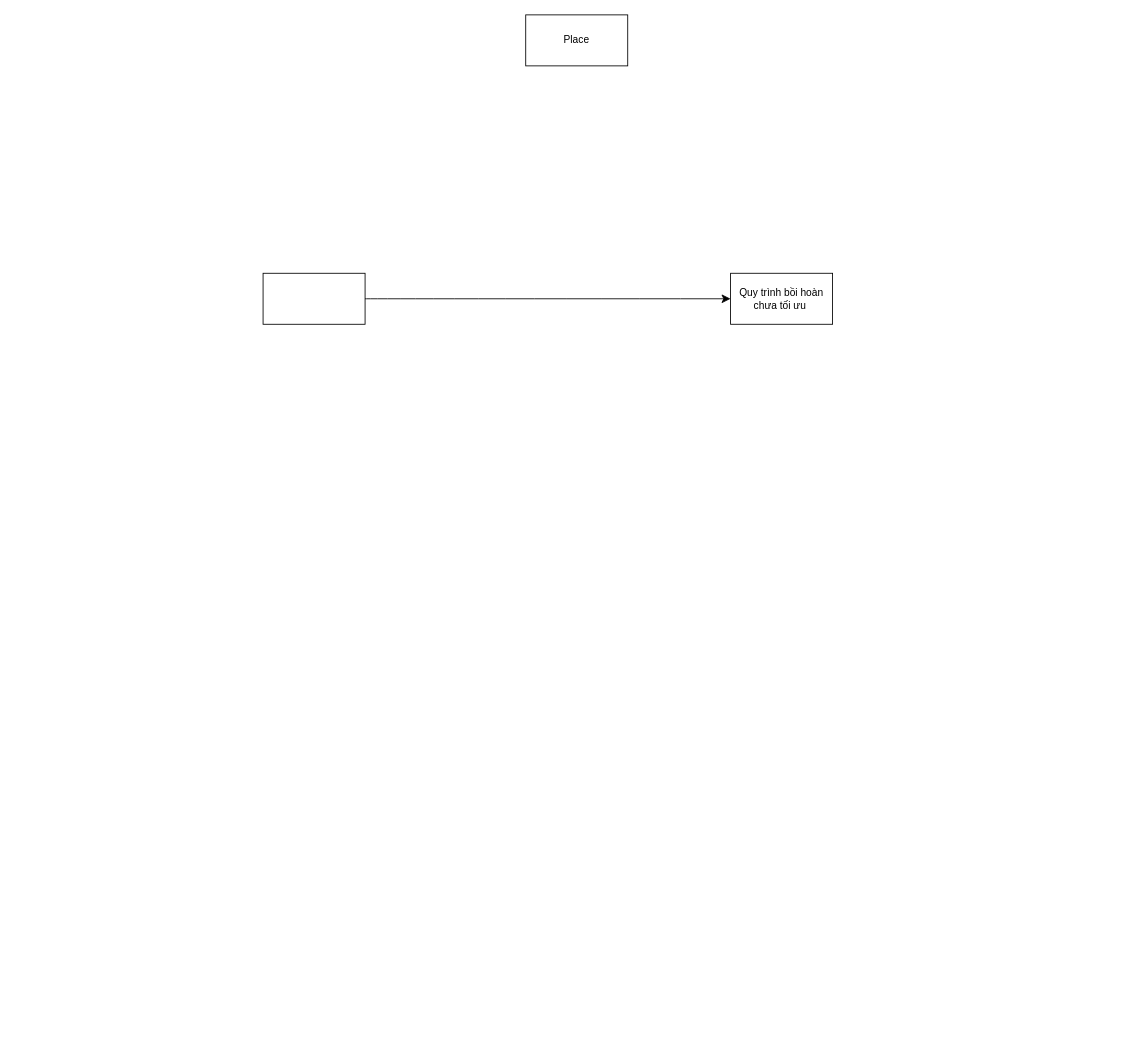
Above: Untitled Diagram.drawio in DatOneGuyL/Extra-Exercises (draw.io), before the change. Source tidied: cells renumbered, new cells numbered last; positions are measured from the earlier drawing's top-left corner, leaving out a move shared by most shapes. Both pictures are drawn from the tidied source at 85%, with x=0, y=0 at pixel (263, 14).
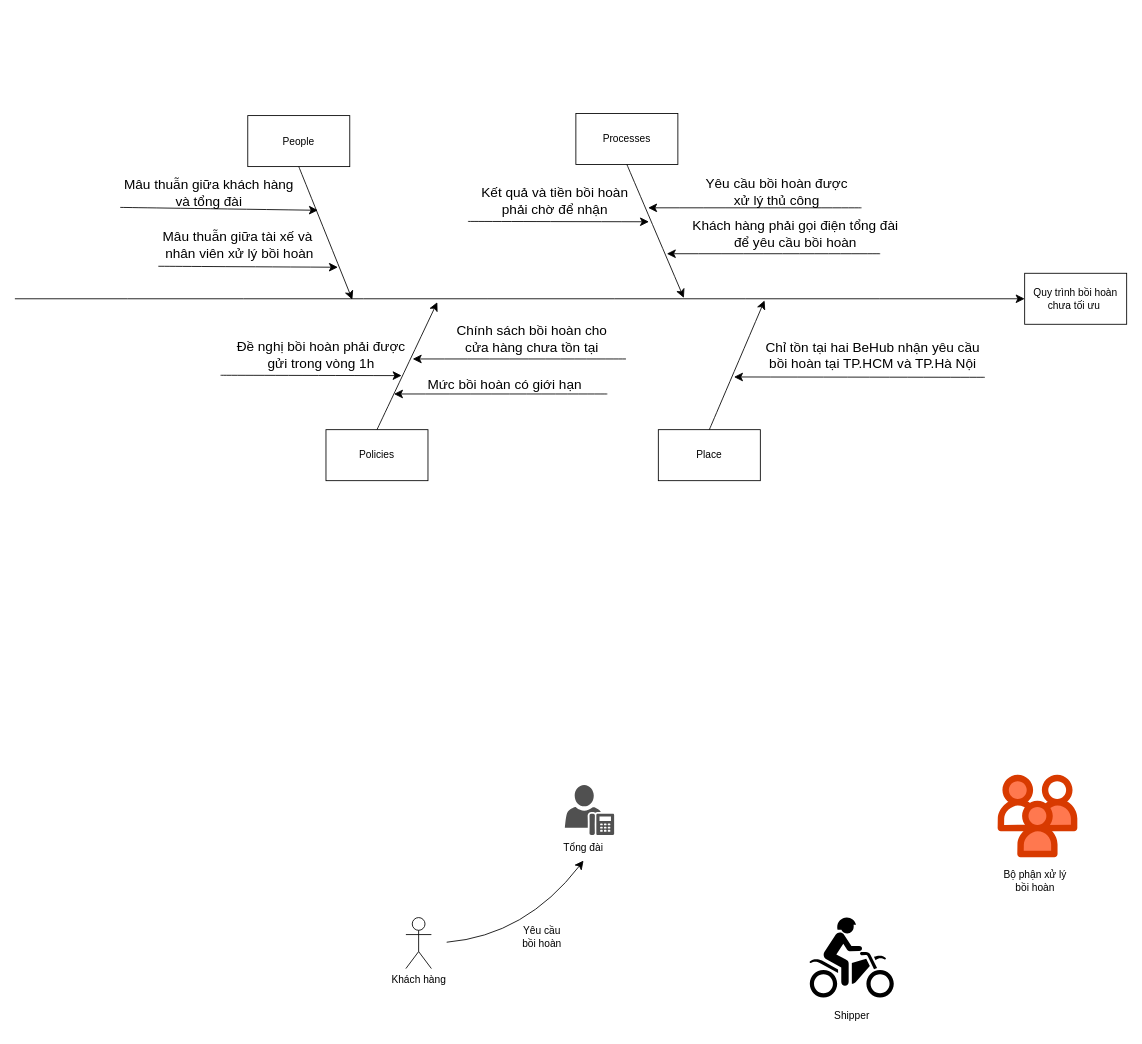
The same diagram, later.

Diff of the diagram source:
```diff
@@
     <mxCell id="2" value="Quy trình bồi hoàn chưa tối ưu&amp;nbsp;" style="rounded=0;whiteSpace=wrap;html=1;" parent="1" vertex="1">
-      <mxGeometry x="550" y="304" width="120" height="60" as="geometry" />
+      <mxGeometry x="896" y="304" width="120" height="60" as="geometry" />
     </mxCell>
-    <mxCell id="3" style="rounded=0;whiteSpace=wrap;html=1;" parent="1" vertex="1">
-      <mxGeometry y="304" width="120" height="60" as="geometry" />
-    </mxCell>
-    <mxCell id="4" style="endArrow=classic;html=1;rounded=0;fontSize=12;startSize=8;endSize=8;curved=1;exitX=1;exitY=0.5;exitDx=0;exitDy=0;" parent="1" edge="1" source="3" target="2">
-      <mxGeometry relative="1" as="geometry" />
+    <mxCell id="4" style="endArrow=classic;html=1;rounded=0;fontSize=12;startSize=8;endSize=8;curved=1;exitX=1;exitY=0.5;exitDx=0;exitDy=0;" parent="1" edge="1" target="2">
+      <mxGeometry relative="1" as="geometry">
+        <mxPoint x="-292" y="334" as="sourcePoint" />
+        <Array as="points">
+          <mxPoint x="229" y="334" />
+        </Array>
+      </mxGeometry>
     </mxCell>
     <mxCell id="5" value="Place" style="rounded=0;whiteSpace=wrap;html=1;" parent="1" vertex="1">
-      <mxGeometry x="309" width="120" height="60" as="geometry" />
+      <mxGeometry x="465" y="488" width="120" height="60" as="geometry" />
     </mxCell>
+    <mxCell id="6" value="People" style="rounded=0;whiteSpace=wrap;html=1;" parent="1" vertex="1">
+      <mxGeometry x="-18" y="118.5" width="120" height="60" as="geometry" />
+    </mxCell>
+    <mxCell id="7" value="Processes" style="rounded=0;whiteSpace=wrap;html=1;" parent="1" vertex="1">
+      <mxGeometry x="368" y="116" width="120" height="60" as="geometry" />
+    </mxCell>
+    <mxCell id="8" value="Policies" style="rounded=0;whiteSpace=wrap;html=1;" parent="1" vertex="1">
+      <mxGeometry x="74" y="488" width="120" height="60" as="geometry" />
+    </mxCell>
+    <mxCell id="9" style="endArrow=classic;html=1;rounded=0;fontSize=12;startSize=8;endSize=8;curved=1;exitX=0.5;exitY=1;exitDx=0;exitDy=0;" parent="1" edge="1" source="7">
+      <mxGeometry relative="1" as="geometry">
+        <mxPoint x="495" y="333" as="targetPoint" />
+      </mxGeometry>
+    </mxCell>
+    <mxCell id="10" style="endArrow=classic;html=1;rounded=0;fontSize=12;startSize=8;endSize=8;curved=1;" parent="1" edge="1">
+      <mxGeometry relative="1" as="geometry">
+        <mxPoint x="704" y="227" as="sourcePoint" />
+        <mxPoint x="453" y="227" as="targetPoint" />
+      </mxGeometry>
+    </mxCell>
+    <mxCell id="11" value="Yêu cầu bồi hoàn được&lt;br&gt;xử lý thủ công" style="text;html=1;align=center;verticalAlign=middle;strokeColor=none;fillColor=none;fontSize=16;" parent="1" vertex="1">
+      <mxGeometry x="511" y="183" width="185" height="50" as="geometry" />
+    </mxCell>
+    <mxCell id="12" value="Mâu thuẫn giữa khách hàng &lt;br&gt;và tổng đài" style="text;html=1;align=center;verticalAlign=middle;strokeColor=none;fillColor=none;fontSize=16;" parent="1" vertex="1">
+      <mxGeometry x="-173" y="183.5" width="217" height="50" as="geometry" />
+    </mxCell>
+    <mxCell id="13" style="endArrow=classic;html=1;rounded=0;fontSize=12;startSize=8;endSize=8;curved=1;" parent="1" edge="1">
+      <mxGeometry relative="1" as="geometry">
+        <mxPoint x="726" y="281" as="sourcePoint" />
+        <mxPoint x="475" y="281" as="targetPoint" />
+      </mxGeometry>
+    </mxCell>
+    <mxCell id="14" style="endArrow=classic;html=1;rounded=0;fontSize=12;startSize=8;endSize=8;curved=1;exitX=0.5;exitY=0;exitDx=0;exitDy=0;" parent="1" edge="1" source="5">
+      <mxGeometry relative="1" as="geometry">
+        <mxPoint x="590" y="336" as="targetPoint" />
+      </mxGeometry>
+    </mxCell>
+    <mxCell id="15" style="endArrow=classic;html=1;rounded=0;fontSize=12;startSize=8;endSize=8;curved=1;exitX=0.989;exitY=0.734;exitDx=0;exitDy=0;exitPerimeter=0;" parent="1" edge="1" source="16">
+      <mxGeometry relative="1" as="geometry">
+        <mxPoint x="554" y="426" as="targetPoint" />
+      </mxGeometry>
+    </mxCell>
+    <mxCell id="16" value="Chỉ tồn tại hai BeHub nhận yêu cầu&lt;br&gt;bồi hoàn tại TP.HCM và TP.Hà Nội&lt;div&gt;&lt;br&gt;&lt;/div&gt;" style="text;html=1;align=center;verticalAlign=middle;points=[];strokeColor=none;fillColor=none;fontSize=16;" parent="1" vertex="1">
+      <mxGeometry x="582" y="375" width="270" height="70" as="geometry" />
+    </mxCell>
+    <mxCell id="17" style="endArrow=classic;html=1;rounded=0;fontSize=12;startSize=8;endSize=8;curved=1;" parent="1" edge="1">
+      <mxGeometry relative="1" as="geometry">
+        <mxPoint x="241" y="243" as="sourcePoint" />
+        <mxPoint x="454" y="243.4" as="targetPoint" />
+      </mxGeometry>
+    </mxCell>
+    <mxCell id="18" value="Chính sách bồi hoàn cho&lt;br&gt;cửa hàng chưa tồn tại" style="text;html=1;align=center;verticalAlign=middle;strokeColor=none;fillColor=none;fontSize=16;" parent="1" vertex="1">
+      <mxGeometry x="218" y="356" width="195" height="50" as="geometry" />
+    </mxCell>
+    <mxCell id="19" style="endArrow=classic;html=1;rounded=0;fontSize=12;startSize=8;endSize=8;curved=1;exitX=0.5;exitY=0;exitDx=0;exitDy=0;" parent="1" edge="1" source="8">
+      <mxGeometry relative="1" as="geometry">
+        <mxPoint x="205" y="338" as="targetPoint" />
+      </mxGeometry>
+    </mxCell>
+    <mxCell id="20" style="endArrow=classic;html=1;rounded=0;fontSize=12;startSize=8;endSize=8;curved=1;" parent="1" edge="1">
+      <mxGeometry relative="1" as="geometry">
+        <mxPoint x="427" y="404.8" as="sourcePoint" />
+        <mxPoint x="176" y="404.8" as="targetPoint" />
+      </mxGeometry>
+    </mxCell>
+    <mxCell id="21" style="endArrow=classic;html=1;rounded=0;fontSize=12;startSize=8;endSize=8;curved=1;" parent="1" edge="1">
+      <mxGeometry relative="1" as="geometry">
+        <mxPoint x="405" y="446" as="sourcePoint" />
+        <mxPoint x="154" y="446" as="targetPoint" />
+      </mxGeometry>
+    </mxCell>
+    <mxCell id="22" value="Mức bồi hoàn có giới hạn" style="text;html=1;align=center;verticalAlign=middle;strokeColor=none;fillColor=none;fontSize=16;" parent="1" vertex="1">
+      <mxGeometry x="184" y="419" width="199" height="31" as="geometry" />
+    </mxCell>
+    <mxCell id="23" value="Kết quả và tiền bồi hoàn &lt;br&gt;phải&amp;nbsp;chờ để nhận" style="text;html=1;align=center;verticalAlign=middle;strokeColor=none;fillColor=none;fontSize=16;" parent="1" vertex="1">
+      <mxGeometry x="247" y="194" width="191" height="50" as="geometry" />
+    </mxCell>
+    <mxCell id="24" value="Đề nghị bồi hoàn phải được&lt;br&gt;gửi trong vòng 1h" style="text;html=1;align=center;verticalAlign=middle;strokeColor=none;fillColor=none;fontSize=16;" parent="1" vertex="1">
+      <mxGeometry x="-40" y="375" width="216" height="50" as="geometry" />
+    </mxCell>
+    <mxCell id="25" style="endArrow=classic;html=1;rounded=0;fontSize=12;startSize=8;endSize=8;curved=1;" parent="1" edge="1">
+      <mxGeometry relative="1" as="geometry">
+        <mxPoint x="-50" y="424" as="sourcePoint" />
+        <mxPoint x="163" y="424.4" as="targetPoint" />
+      </mxGeometry>
+    </mxCell>
+    <mxCell id="26" value="Khách hàng phải gọi điện tổng đài&lt;br&gt;để yêu cầu bồi hoàn" style="text;html=1;align=center;verticalAlign=middle;strokeColor=none;fillColor=none;fontSize=16;" parent="1" vertex="1">
+      <mxGeometry x="496" y="233" width="260" height="50" as="geometry" />
+    </mxCell>
+    <mxCell id="27" style="endArrow=classic;html=1;rounded=0;fontSize=12;startSize=8;endSize=8;curved=1;exitX=0.5;exitY=1;exitDx=0;exitDy=0;" parent="1" edge="1" source="6">
+      <mxGeometry relative="1" as="geometry">
+        <mxPoint x="105" y="335" as="targetPoint" />
+      </mxGeometry>
+    </mxCell>
+    <mxCell id="28" style="endArrow=classic;html=1;rounded=0;fontSize=12;startSize=8;endSize=8;curved=1;" parent="1" edge="1">
+      <mxGeometry relative="1" as="geometry">
+        <mxPoint x="-168" y="226.5" as="sourcePoint" />
+        <mxPoint x="64.5" y="229.9" as="targetPoint" />
+      </mxGeometry>
+    </mxCell>
+    <mxCell id="29" style="endArrow=classic;html=1;rounded=0;fontSize=12;startSize=8;endSize=8;curved=1;exitX=0.024;exitY=1.025;exitDx=0;exitDy=0;exitPerimeter=0;" parent="1" edge="1" source="30">
+      <mxGeometry relative="1" as="geometry">
+        <mxPoint x="88" y="296.9" as="targetPoint" />
+      </mxGeometry>
+    </mxCell>
+    <mxCell id="30" value="Mâu thuẫn giữa tài xế và&amp;nbsp;&lt;br&gt;nhân viên xử lý bồi hoàn" style="text;html=1;align=center;verticalAlign=middle;points=[];strokeColor=none;fillColor=none;fontSize=16;" parent="1" vertex="1">
+      <mxGeometry x="-128" y="244.5" width="199" height="50" as="geometry" />
+    </mxCell>
+    <mxCell id="31" value="Khách hàng" style="shape=umlActor;verticalLabelPosition=bottom;verticalAlign=top;html=1;" parent="1" vertex="1">
+      <mxGeometry x="168" y="1062" width="30" height="60" as="geometry" />
+    </mxCell>
+    <mxCell id="32" style="sketch=0;shadow=0;dashed=0;html=1;strokeColor=none;fillColor=#505050;labelPosition=center;verticalLabelPosition=bottom;verticalAlign=top;align=center;shape=mxgraph.office.users.um_enabled_user;" parent="1" vertex="1">
+      <mxGeometry x="355" y="906" width="58" height="59" as="geometry" />
+    </mxCell>
+    <mxCell id="33" value="Tổng đài" style="text;html=1;align=center;verticalAlign=middle;whiteSpace=wrap;rounded=0;" parent="1" vertex="1">
+      <mxGeometry x="347" y="965" width="60" height="30" as="geometry" />
+    </mxCell>
+    <mxCell id="34" style="endArrow=classic;html=1;rounded=0;fontSize=12;startSize=8;endSize=8;curved=1;entryX=0.5;entryY=1;entryDx=0;entryDy=0;" parent="1" edge="1" target="33">
+      <mxGeometry relative="1" as="geometry">
+        <mxPoint x="216" y="1091" as="sourcePoint" />
+        <Array as="points">
+          <mxPoint x="309" y="1083" />
+        </Array>
+      </mxGeometry>
+    </mxCell>
+    <mxCell id="35" value="Yêu cầu&amp;nbsp;&lt;br&gt;bồi hoàn&amp;nbsp;" style="text;html=1;align=center;verticalAlign=middle;whiteSpace=wrap;rounded=0;" parent="1" vertex="1">
+      <mxGeometry x="300" y="1070" width="60" height="30" as="geometry" />
+    </mxCell>
+    <mxCell id="36" style="shape=mxgraph.signs.sports.dirt_bike;html=1;fillColor=#000000;strokeColor=none;verticalLabelPosition=bottom;verticalAlign=top;align=center;" parent="1" vertex="1">
+      <mxGeometry x="643" y="1062" width="99" height="94" as="geometry" />
+    </mxCell>
+    <mxCell id="37" value="Shipper" style="text;html=1;align=center;verticalAlign=middle;whiteSpace=wrap;rounded=0;" parent="1" vertex="1">
+      <mxGeometry x="662.5" y="1163" width="60" height="30" as="geometry" />
+    </mxCell>
+    <mxCell id="38" style="verticalLabelPosition=bottom;html=1;shape=mxgraph.salesforce.employees;" parent="1" vertex="1">
+      <mxGeometry x="864" y="894" width="94.1" height="97" as="geometry" />
+    </mxCell>
+    <mxCell id="39" value="Bộ phận xử lý bồi hoàn" style="text;html=1;align=center;verticalAlign=middle;whiteSpace=wrap;rounded=0;" parent="1" vertex="1">
+      <mxGeometry x="864" y="1004" width="89" height="30" as="geometry" />
+    </mxCell>
```
